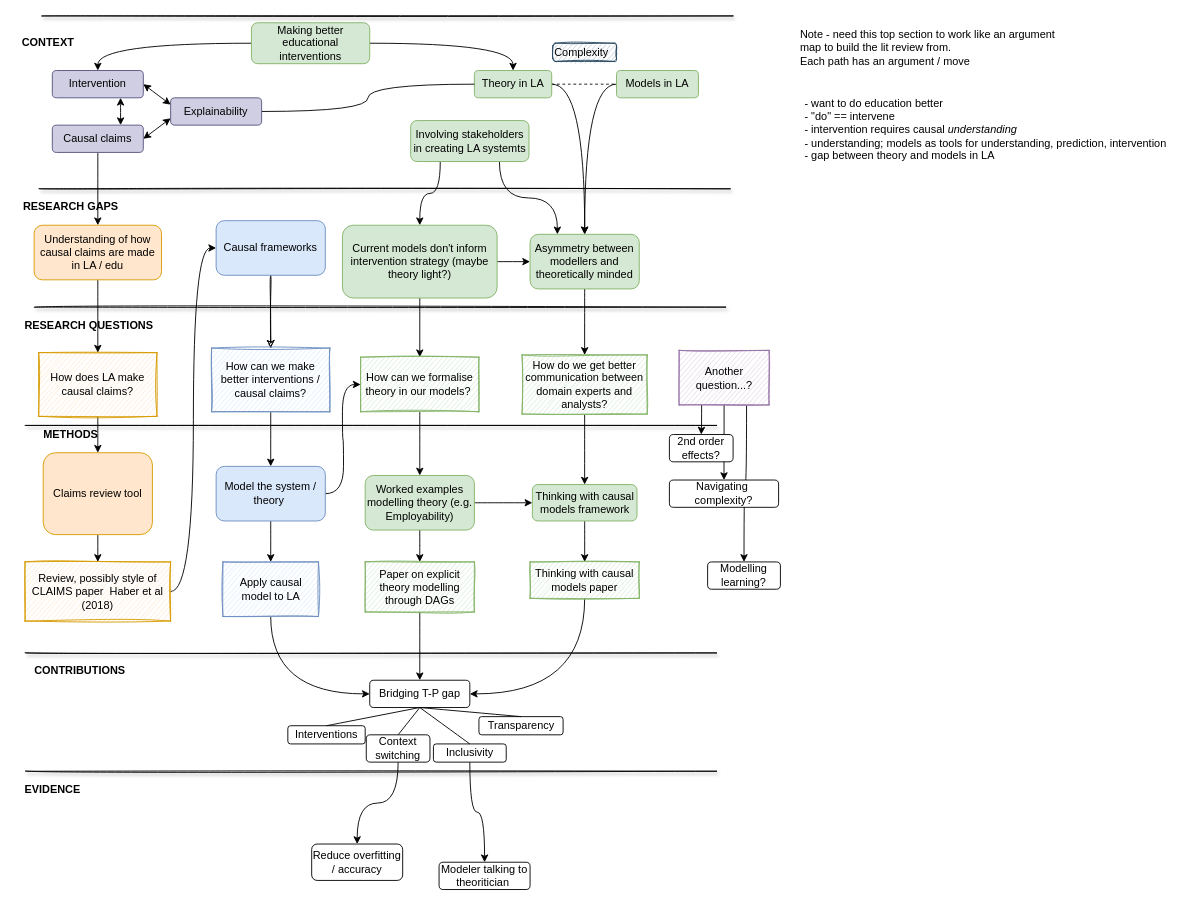
benwhicks/phd keeps this draw.io diagram as page "Page-2" (2 of 2) of Thesis diagram 8.drawio. Above is the earlier version. Source tidied: cells renumbered, new cells numbered last; positions are measured from the earlier drawing's top-left corner, leaving out a move shared by most shapes. Both pictures are drawn from the tidied source at 91%, with x=0, y=0 at pixel (15, 15).
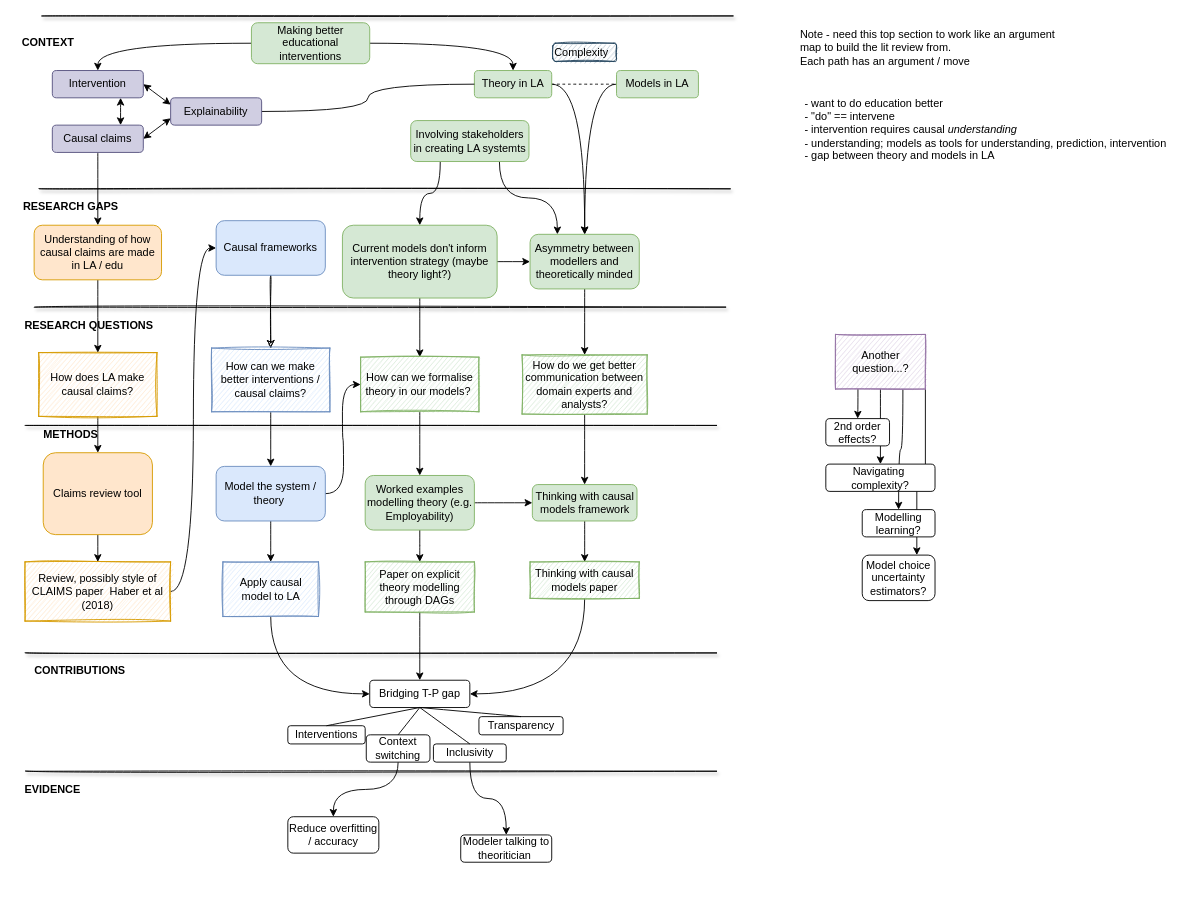
After the change.

What changed in the source:
```diff
@@
     <mxCell id="26" value="Modeler talking to theoritician&amp;nbsp;" style="rounded=1;whiteSpace=wrap;html=1;" parent="1" vertex="1">
-      <mxGeometry x="465" y="930" width="100" height="30" as="geometry" />
+      <mxGeometry x="488.8" y="900" width="100" height="30" as="geometry" />
     </mxCell>
@@
     <mxCell id="31" value="Reduce overfitting / accuracy" style="rounded=1;whiteSpace=wrap;html=1;" parent="1" vertex="1">
-      <mxGeometry x="325" y="910" width="100" height="40" as="geometry" />
+      <mxGeometry x="298.8" y="880" width="100" height="40" as="geometry" />
     </mxCell>
@@
+    <mxCell id="91" style="edgeStyle=orthogonalEdgeStyle;rounded=0;jettySize=auto;html=1;exitX=1;exitY=1;exitDx=0;exitDy=0;entryX=0.75;entryY=0;entryDx=0;entryDy=0;" parent="1" edge="1" source="64" target="92">
+      <mxGeometry relative="1" as="geometry" />
+    </mxCell>
     <mxCell id="64" value="Another question...?" style="rounded=0;whiteSpace=wrap;html=1;fillColor=#e1d5e7;strokeColor=#9673a6;glass=0;sketch=1;" parent="1" vertex="1">
-      <mxGeometry x="728.8" y="367.5" width="98.8" height="60" as="geometry" />
+      <mxGeometry x="900.6" y="350" width="98.8" height="60" as="geometry" />
     </mxCell>
     <mxCell id="65" value="2nd order effects?" style="rounded=1;whiteSpace=wrap;html=1;shadow=0;glass=0;sketch=0;" parent="1" vertex="1">
-      <mxGeometry x="718.1" y="460" width="70" height="30" as="geometry" />
+      <mxGeometry x="890" y="442.5" width="70" height="30" as="geometry" />
     </mxCell>
     <mxCell id="66" value="Navigating&amp;nbsp; complexity?" style="rounded=1;whiteSpace=wrap;html=1;shadow=0;glass=0;sketch=0;" parent="1" vertex="1">
-      <mxGeometry x="718.1" y="510" width="120" height="30" as="geometry" />
+      <mxGeometry x="890" y="492.5" width="120" height="30" as="geometry" />
     </mxCell>
     <mxCell id="67" value="Modelling learning?" style="rounded=1;whiteSpace=wrap;html=1;shadow=0;glass=0;sketch=0;" parent="1" vertex="1">
-      <mxGeometry x="760.1" y="600" width="80" height="30" as="geometry" />
+      <mxGeometry x="930" y="542.5" width="80" height="30" as="geometry" />
     </mxCell>
@@
+    <mxCell id="92" value="Model choice uncertainty estimators?" style="rounded=1;whiteSpace=wrap;html=1;shadow=0;glass=0;sketch=0;" parent="1" vertex="1">
+      <mxGeometry x="930" y="592.5" width="80" height="50" as="geometry" />
+    </mxCell>
```
